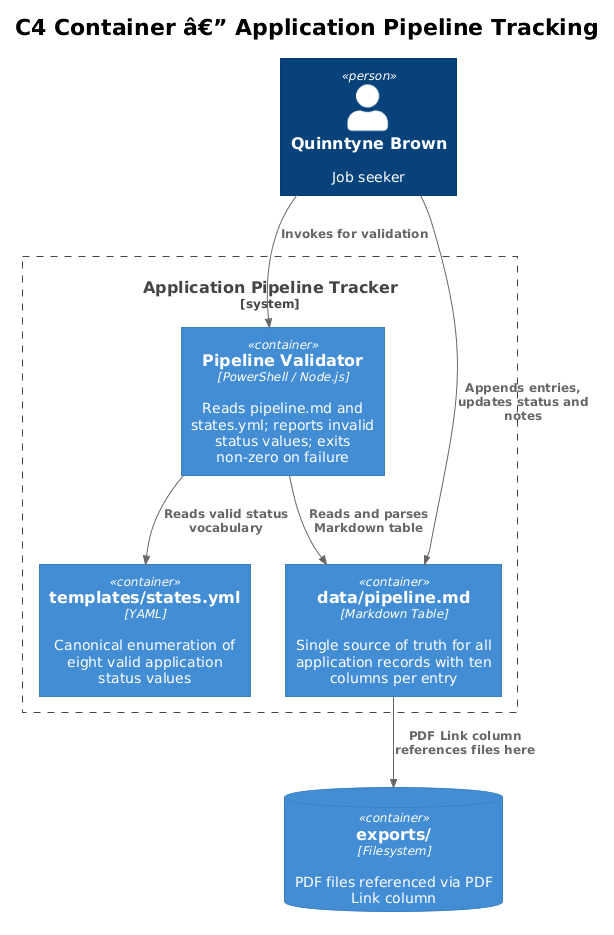
Earlier version of the PlantUML export docs/detailed-designs/03-application-pipeline-tracking/diagrams/c4_container.png (QuinntyneBrown/Orbit). Source of this version:
```plantuml
@startuml
!theme plain
!include <C4/C4_Container>

title C4 Container â€” Application Pipeline Tracking

Person(user, "Quinntyne Brown", "Job seeker")

System_Boundary(pipelineSys, "Application Pipeline Tracker") {
    Container(table, "data/pipeline.md", "Markdown Table", "Single source of truth for all application records with ten columns per entry")
    Container(states, "templates/states.yml", "YAML", "Canonical enumeration of eight valid application status values")
    Container(validator, "Pipeline Validator", "PowerShell / Node.js", "Reads pipeline.md and states.yml; reports invalid status values; exits non-zero on failure")
}

ContainerDb(exports, "exports/", "Filesystem", "PDF files referenced via PDF Link column")

Rel(user, table, "Appends entries, updates status and notes")
Rel(validator, table, "Reads and parses Markdown table")
Rel(validator, states, "Reads valid status vocabulary")
Rel(table, exports, "PDF Link column references files here")
Rel(user, validator, "Invokes for validation")
@enduml
```
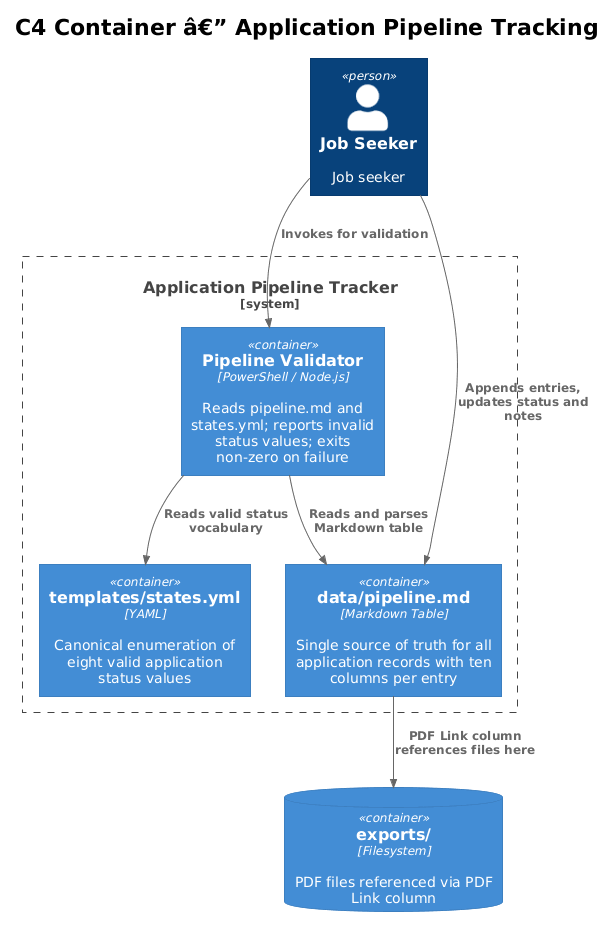
The same diagram one commit later.

Change to the diagram source:
```diff
@@ -4,7 +4,7 @@
 
 title C4 Container â€” Application Pipeline Tracking
 
-Person(user, "Quinntyne Brown", "Job seeker")
+Person(user, "Job Seeker", "Job seeker")
 
 System_Boundary(pipelineSys, "Application Pipeline Tracker") {
     Container(table, "data/pipeline.md", "Markdown Table", "Single source of truth for all application records with ten columns per entry")
```
